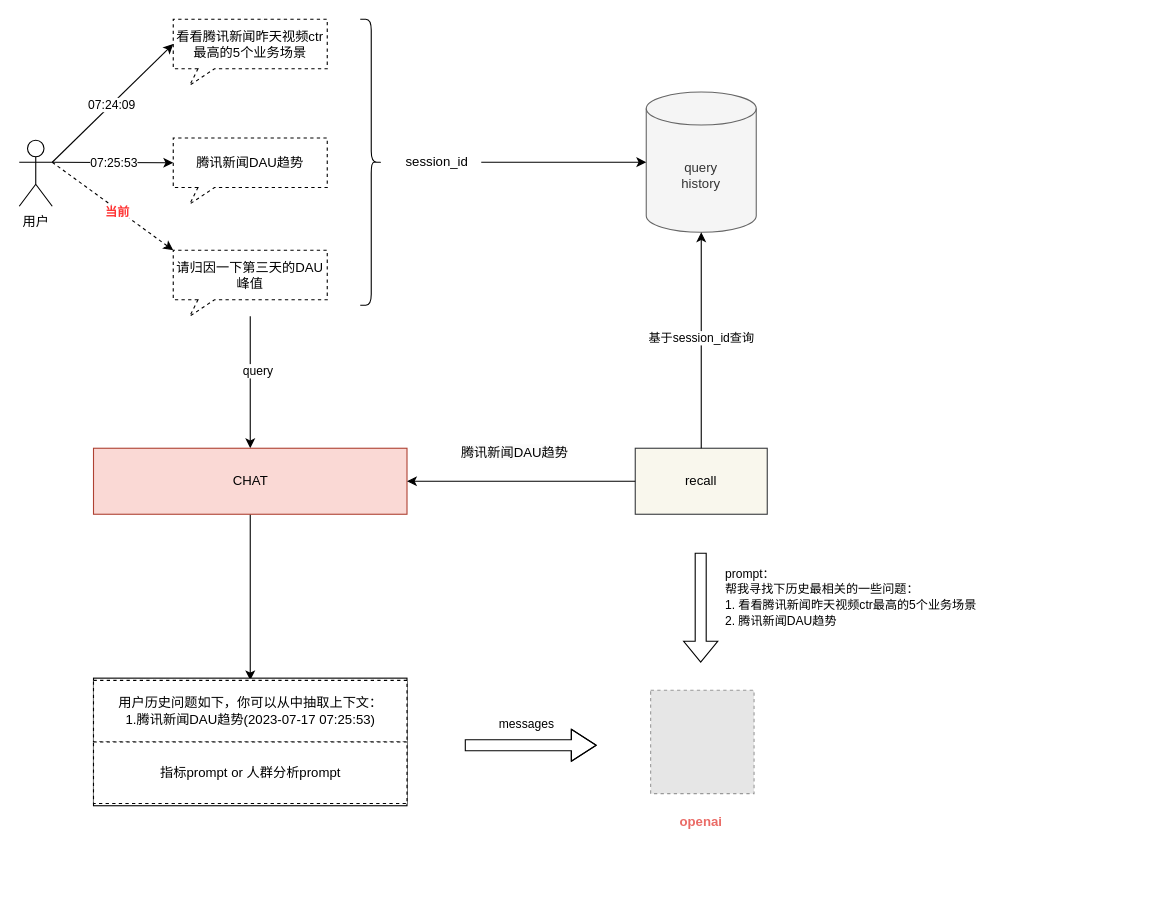
Before: llm_multi_round.drawio in learn2Pro/draw_io_save, a draw.io diagram. Source tidied: cells renumbered, new cells numbered last; positions are measured from the earlier drawing's top-left corner, leaving out a move shared by most shapes. Both pictures are drawn from the tidied source at 110%, with x=0, y=0 at pixel (19, 19). Pictures stored in the file or linked from it are replaced by grey dashed boxes.
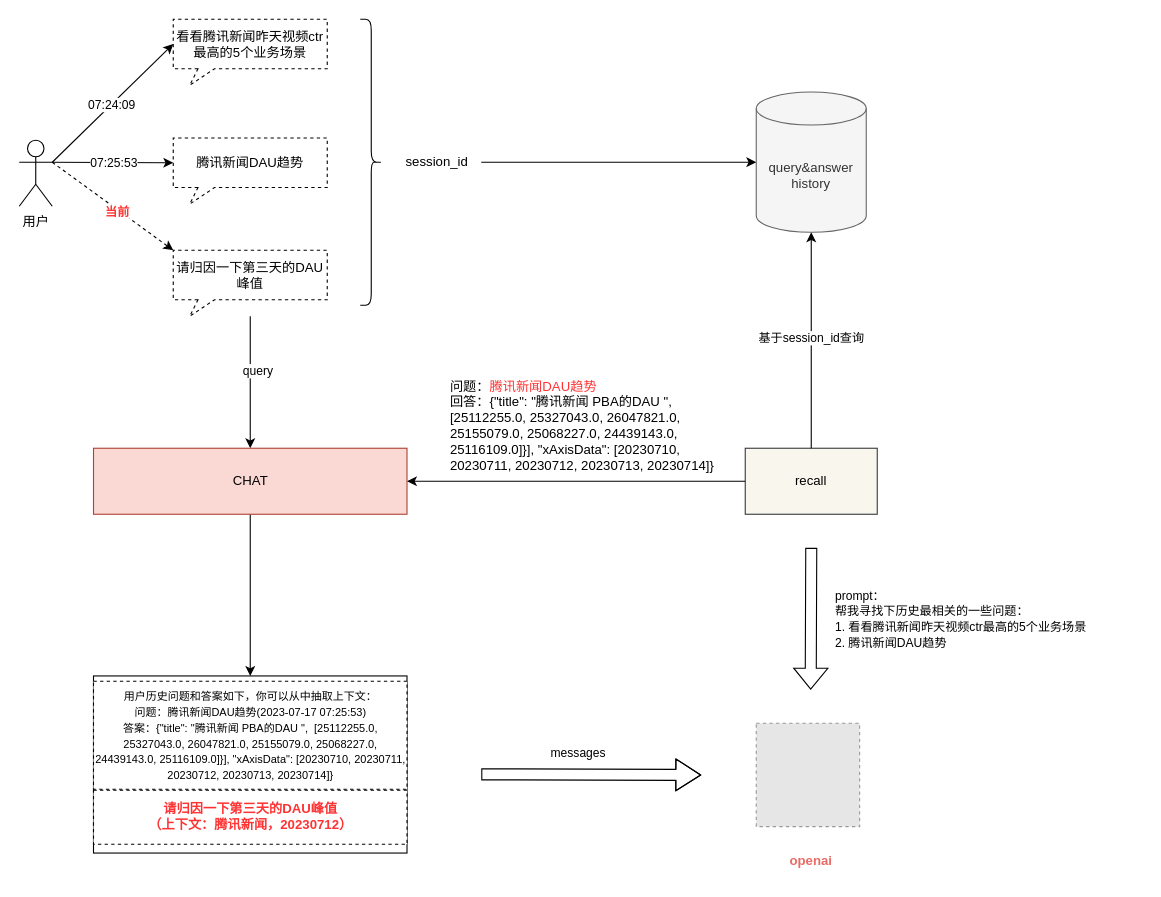
Above is the later version.

The change refers to these unchanged cells:
```xml
<mxCell id="19" value="CHAT" style="rounded=0;whiteSpace=wrap;html=1;fillColor=#fad9d5;strokeColor=#ae4132;" parent="1" vertex="1">
  <mxGeometry x="67.5" y="390" width="285" height="60" as="geometry" />
</mxCell>
```

The edit, as a diff of the source:
```diff
@@
-    <mxCell id="16" value="query &lt;br&gt;history" style="shape=cylinder3;whiteSpace=wrap;html=1;boundedLbl=1;backgroundOutline=1;size=15;fillColor=#f5f5f5;fontColor=#333333;strokeColor=#666666;" parent="1" vertex="1">
-      <mxGeometry x="570" y="66.2" width="100" height="127.5" as="geometry" />
+    <mxCell id="16" value="query&amp;amp;answer&lt;br&gt;history" style="shape=cylinder3;whiteSpace=wrap;html=1;boundedLbl=1;backgroundOutline=1;size=15;fillColor=#f5f5f5;fontColor=#333333;strokeColor=#666666;" parent="1" vertex="1">
+      <mxGeometry x="670" y="66.2" width="100" height="127.5" as="geometry" />
     </mxCell>
@@
-    <mxCell id="18" style="edgeStyle=orthogonalEdgeStyle;rounded=0;jettySize=auto;html=1;" parent="1" edge="1" source="19" target="28">
+    <mxCell id="18" style="edgeStyle=orthogonalEdgeStyle;rounded=0;jettySize=auto;html=1;entryX=0.5;entryY=0;entryDx=0;entryDy=0;" parent="1" edge="1" source="19" target="27">
       <mxGeometry relative="1" as="geometry" />
     </mxCell>
@@
     <mxCell id="20" value="recall" style="rounded=0;whiteSpace=wrap;html=1;fillColor=#f9f7ed;strokeColor=#36393d;" parent="1" vertex="1">
-      <mxGeometry x="560" y="390" width="120" height="60" as="geometry" />
+      <mxGeometry x="660" y="390" width="120" height="60" as="geometry" />
     </mxCell>
@@
-    <mxCell id="22" value="&lt;span style=&quot;color: rgb(0, 0, 0); font-family: Helvetica; font-size: 12px; font-style: normal; font-variant-ligatures: normal; font-variant-caps: normal; font-weight: 400; letter-spacing: normal; orphans: 2; text-align: center; text-indent: 0px; text-transform: none; widows: 2; word-spacing: 0px; -webkit-text-stroke-width: 0px; background-color: rgb(251, 251, 251); text-decoration-thickness: initial; text-decoration-style: initial; text-decoration-color: initial; float: none; display: inline !important;&quot;&gt;腾讯新闻DAU趋势&lt;/span&gt;" style="text;whiteSpace=wrap;html=1;" parent="1" vertex="1">
-      <mxGeometry x="400" y="380" width="130" height="30" as="geometry" />
+    <mxCell id="22" value="问题：&lt;font color=&quot;#ff3333&quot;&gt;腾讯新闻DAU趋势&lt;/font&gt;&lt;br&gt;回答：{&quot;title&quot;: &quot;腾讯新闻 PBA的DAU &quot;,&amp;nbsp; [25112255.0, 25327043.0, 26047821.0, 25155079.0, 25068227.0, 24439143.0, 25116109.0]}], &quot;xAxisData&quot;: [20230710, 20230711, 20230712, 20230713, 20230714]}" style="text;whiteSpace=wrap;html=1;" parent="1" vertex="1">
+      <mxGeometry x="390" y="320" width="260" height="100" as="geometry" />
     </mxCell>
@@
     <mxCell id="25" style="fillColor=#E6E6E6;strokeColor=#999999;dashed=1;verticalLabelPosition=bottom;labelBackgroundColor=default;verticalAlign=top;" parent="1" vertex="1">
-      <mxGeometry x="574" y="610" width="94" height="94" as="geometry" />
+      <mxGeometry x="670" y="640" width="94" height="94" as="geometry" />
     </mxCell>
-    <mxCell id="26" style="group;" parent="1" vertex="1">
-      <mxGeometry x="67.5" y="599" width="285" height="116" as="geometry" />
-    </mxCell>
-    <mxCell id="27" style="rounded=0;whiteSpace=wrap;html=1;" parent="26" vertex="1">
-      <mxGeometry width="285" height="116" as="geometry" />
-    </mxCell>
-    <mxCell id="28" value="用户历史问题如下，你可以从中抽取上下文：&lt;br&gt;1.腾讯新闻DAU趋势(2023-07-17 07:25:53)" style="whiteSpace=wrap;html=1;rounded=0;dashed=1;" parent="26" vertex="1">
-      <mxGeometry y="2" width="285" height="56" as="geometry" />
-    </mxCell>
-    <mxCell id="29" value="指标prompt or 人群分析prompt" style="whiteSpace=wrap;html=1;rounded=0;dashed=1;" parent="26" vertex="1">
-      <mxGeometry y="58" width="285" height="56" as="geometry" />
-    </mxCell>
     <mxCell id="30" value="&lt;b&gt;&lt;font color=&quot;#ea6b66&quot;&gt;openai&lt;/font&gt;&lt;/b&gt;" style="text;html=1;strokeColor=none;fillColor=none;align=center;verticalAlign=middle;whiteSpace=wrap;rounded=0;" parent="1" vertex="1">
-      <mxGeometry x="590" y="715" width="60" height="30" as="geometry" />
+      <mxGeometry x="690" y="750" width="60" height="30" as="geometry" />
     </mxCell>
     <mxCell id="31" style="shape=flexArrow;endArrow=classic;html=1;rounded=0;endWidth=18;endSize=7.2;" parent="1" edge="1">
       <mxGeometry relative="1" as="geometry">
-        <mxPoint x="405" y="660" as="sourcePoint" />
-        <mxPoint x="525" y="660" as="targetPoint" />
+        <mxPoint x="420" y="686.5" as="sourcePoint" />
+        <mxPoint x="620" y="687" as="targetPoint" />
         <Array as="points">
-          <mxPoint x="435" y="660" />
+          <mxPoint x="450" y="686.5" />
         </Array>
       </mxGeometry>
     </mxCell>
@@
     <mxCell id="33" value="&lt;span style=&quot;color: rgb(0, 0, 0); font-family: Helvetica; font-size: 11px; font-style: normal; font-variant-ligatures: normal; font-variant-caps: normal; font-weight: 400; letter-spacing: normal; orphans: 2; text-align: center; text-indent: 0px; text-transform: none; widows: 2; word-spacing: 0px; -webkit-text-stroke-width: 0px; background-color: rgb(255, 255, 255); text-decoration-thickness: initial; text-decoration-style: initial; text-decoration-color: initial; float: none; display: inline !important;&quot;&gt;prompt：&lt;/span&gt;&lt;br style=&quot;border-color: var(--border-color); color: rgb(0, 0, 0); font-family: Helvetica; font-size: 11px; font-style: normal; font-variant-ligatures: normal; font-variant-caps: normal; font-weight: 400; letter-spacing: normal; orphans: 2; text-align: center; text-indent: 0px; text-transform: none; widows: 2; word-spacing: 0px; -webkit-text-stroke-width: 0px; text-decoration-thickness: initial; text-decoration-style: initial; text-decoration-color: initial;&quot;&gt;&lt;span style=&quot;color: rgb(0, 0, 0); font-family: Helvetica; font-size: 11px; font-style: normal; font-variant-ligatures: normal; font-variant-caps: normal; font-weight: 400; letter-spacing: normal; orphans: 2; text-align: center; text-indent: 0px; text-transform: none; widows: 2; word-spacing: 0px; -webkit-text-stroke-width: 0px; background-color: rgb(255, 255, 255); text-decoration-thickness: initial; text-decoration-style: initial; text-decoration-color: initial; float: none; display: inline !important;&quot;&gt;帮我寻找下历史最相关的一些问题：&lt;br&gt;1.&amp;nbsp;看看腾讯新闻昨天视频ctr最高的5个业务场景&lt;br&gt;2.&amp;nbsp;腾讯新闻DAU趋势&lt;br&gt;&lt;/span&gt;" style="text;whiteSpace=wrap;html=1;" parent="1" vertex="1">
-      <mxGeometry x="640" y="490" width="280" height="70" as="geometry" />
+      <mxGeometry x="740" y="510" width="280" height="70" as="geometry" />
     </mxCell>
     <mxCell id="34" style="shape=flexArrow;endArrow=classic;html=1;rounded=0;" parent="1" edge="1">
       <mxGeometry relative="1" as="geometry">
-        <mxPoint x="619.5" y="485" as="sourcePoint" />
-        <mxPoint x="619.5" y="585" as="targetPoint" />
+        <mxPoint x="720" y="480.5" as="sourcePoint" />
+        <mxPoint x="719.5" y="609.5" as="targetPoint" />
       </mxGeometry>
     </mxCell>
+    <mxCell id="27" style="rounded=0;whiteSpace=wrap;html=1;" parent="1" vertex="1">
+      <mxGeometry x="67.5" y="597" width="285" height="161" as="geometry" />
+    </mxCell>
+    <mxCell id="28" value="&lt;font style=&quot;font-size: 10px;&quot;&gt;用户历史问题和答案如下，你可以从中抽取上下文：&lt;br&gt;问题：腾讯新闻DAU趋势(2023-07-17 07:25:53)&lt;br&gt;答案：{&quot;title&quot;: &quot;腾讯新闻 PBA的DAU &quot;,&amp;nbsp; [25112255.0, 25327043.0, 26047821.0, 25155079.0, 25068227.0, 24439143.0, 25116109.0]}], &quot;xAxisData&quot;: [20230710, 20230711, 20230712, 20230713, 20230714]}&lt;/font&gt;" style="whiteSpace=wrap;html=1;rounded=0;dashed=1;" parent="1" vertex="1">
+      <mxGeometry x="67.5" y="601.8" width="285" height="98.2" as="geometry" />
+    </mxCell>
+    <mxCell id="29" value="&lt;b&gt;&lt;font color=&quot;#ff3333&quot;&gt;请归因一下第三天的DAU峰值&lt;br&gt;（上下文：腾讯新闻，20230712）&lt;/font&gt;&lt;/b&gt;" style="whiteSpace=wrap;html=1;rounded=0;dashed=1;" parent="1" vertex="1">
+      <mxGeometry x="67.5" y="700.9" width="285" height="49.1" as="geometry" />
+    </mxCell>
```
